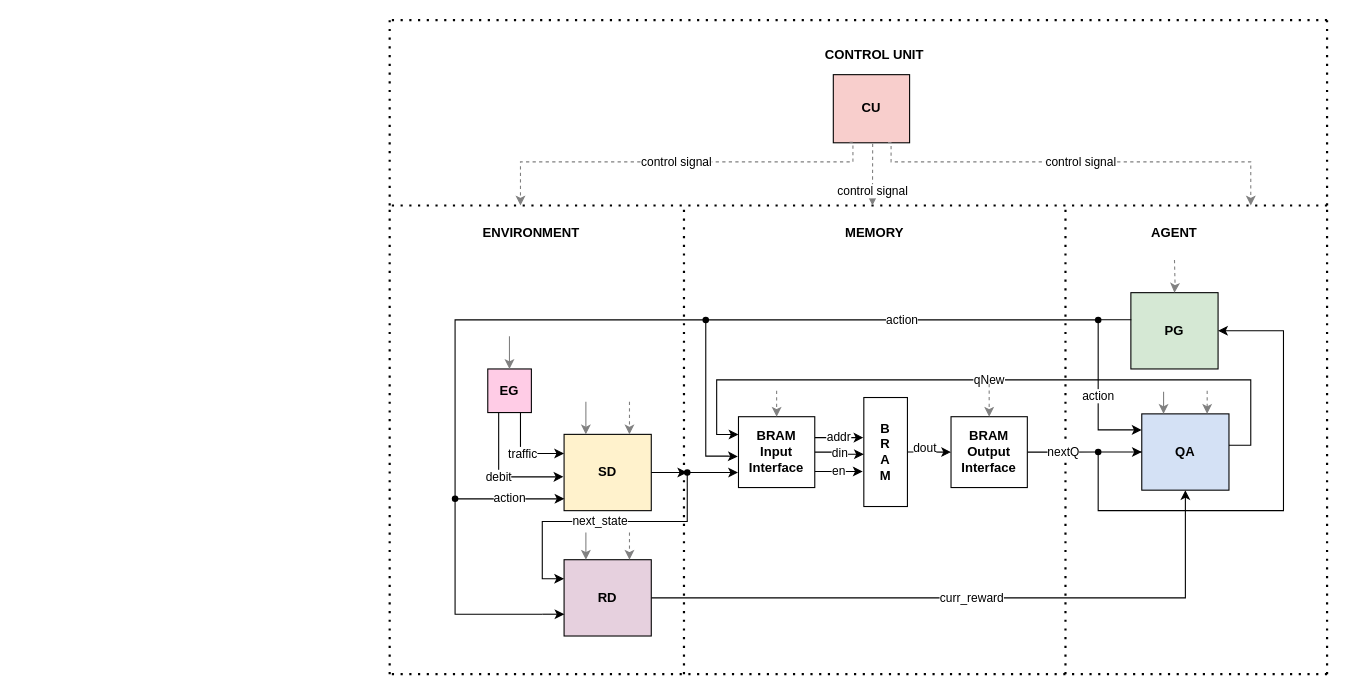
Before: page "Sytem" (2 of 4) of intelight.drawio in zulfikarna/intelight, a draw.io diagram. Source tidied: cells renumbered, new cells numbered last; positions are measured from the earlier drawing's top-left corner, leaving out a move shared by most shapes. Both pictures are drawn from the tidied source at 109%, with x=0, y=0 at pixel (389, 20).
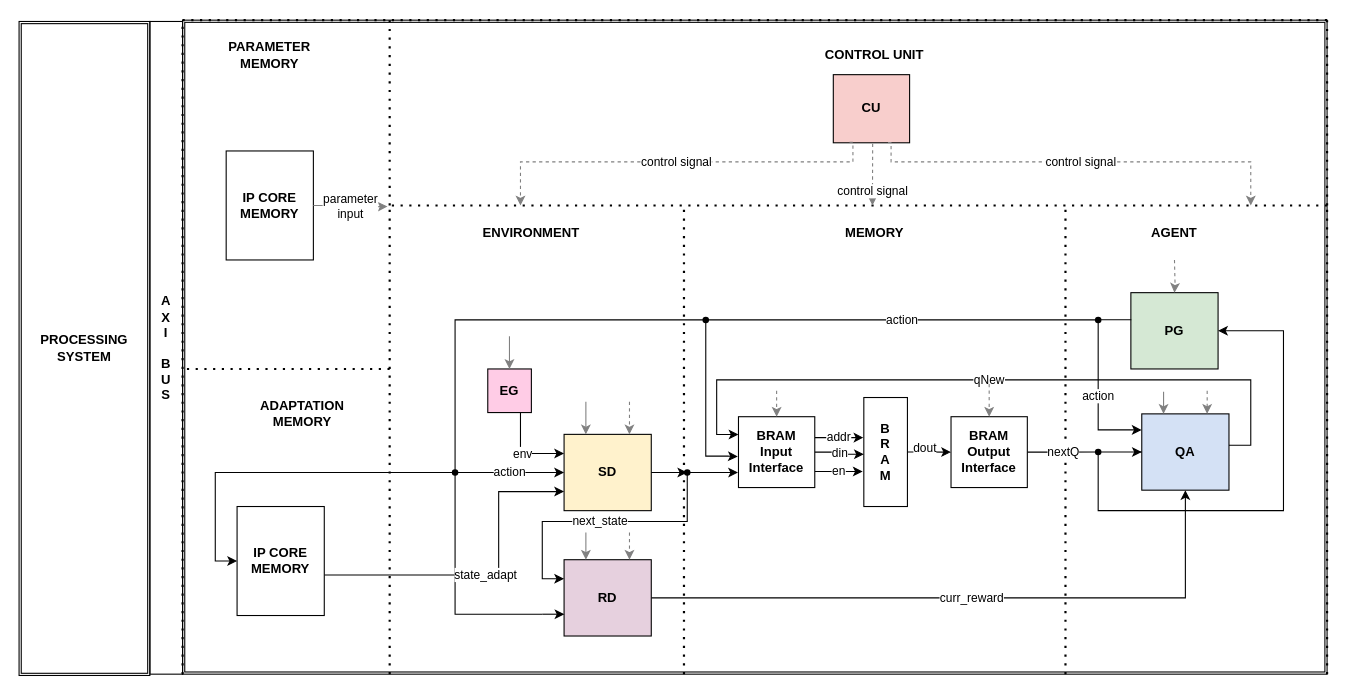
After the change.

Unchanged cells that the change refers to:
```xml
<mxCell id="6" value="&lt;b&gt;SD&lt;/b&gt;" style="rounded=0;whiteSpace=wrap;html=1;fillColor=#FFF2CC;" parent="1" vertex="1">
  <mxGeometry x="160" y="380" width="80" height="70" as="geometry" />
</mxCell>
<mxCell id="51" value="&lt;b&gt;EG&lt;/b&gt;" style="rounded=0;whiteSpace=wrap;html=1;fillColor=#FFCCE6;" parent="1" vertex="1">
  <mxGeometry x="90" y="320" width="40" height="40" as="geometry" />
</mxCell>
```

Diff of the diagram source:
```diff
@@
-    <mxCell id="14" value="action" style="edgeStyle=orthogonalEdgeStyle;rounded=0;jettySize=auto;html=1;entryX=0.004;entryY=0.845;entryDx=0;entryDy=0;entryPerimeter=0;" parent="1" edge="1" source="15" target="6">
+    <mxCell id="14" value="action" style="edgeStyle=orthogonalEdgeStyle;rounded=0;jettySize=auto;html=1;" parent="1" edge="1" source="15">
       <mxGeometry relative="1" as="geometry">
+        <mxPoint x="160" y="415" as="targetPoint" />
         <Array as="points">
-          <mxPoint x="160" y="439" />
+          <mxPoint x="160" y="415" />
         </Array>
       </mxGeometry>
     </mxCell>
+    <mxCell id="64" style="edgeStyle=orthogonalEdgeStyle;rounded=0;jettySize=auto;html=1;entryX=0;entryY=0.5;entryDx=0;entryDy=0;strokeColor=#000000;" parent="1" edge="1" source="15" target="69">
+      <mxGeometry relative="1" as="geometry" />
+    </mxCell>
     <mxCell id="15" style="shape=waypoint;sketch=0;fillStyle=solid;size=6;points=[];fillColor=none;perimeter=centerPerimeter;snapToPoint=1;" parent="1" vertex="1">
-      <mxGeometry x="40" y="419" width="40" height="40" as="geometry" />
+      <mxGeometry x="40" y="395" width="40" height="40" as="geometry" />
     </mxCell>
@@
-    <mxCell id="49" value="traffic" style="edgeStyle=orthogonalEdgeStyle;rounded=0;jettySize=auto;html=1;exitX=0.75;exitY=1;exitDx=0;exitDy=0;entryX=0;entryY=0.25;entryDx=0;entryDy=0;" parent="1" edge="1" source="51" target="6">
+    <mxCell id="49" value="env" style="edgeStyle=orthogonalEdgeStyle;rounded=0;jettySize=auto;html=1;exitX=0.75;exitY=1;exitDx=0;exitDy=0;entryX=0;entryY=0.25;entryDx=0;entryDy=0;" parent="1" edge="1" source="51" target="6">
       <mxGeometry relative="1" as="geometry" />
     </mxCell>
-    <mxCell id="50" value="debit" style="edgeStyle=orthogonalEdgeStyle;rounded=0;jettySize=auto;html=1;exitX=0.25;exitY=1;exitDx=0;exitDy=0;entryX=-0.008;entryY=0.557;entryDx=0;entryDy=0;entryPerimeter=0;" parent="1" edge="1" source="51" target="6">
-      <mxGeometry relative="1" as="geometry" />
-    </mxCell>
@@
-    <mxCell id="59" style="endArrow=none;dashed=1;html=1;dashPattern=1 3;strokeWidth=2;rounded=0;" parent="1" edge="1">
-      <mxGeometry relative="1" as="geometry">
-        <mxPoint x="860" y="600" as="sourcePoint" />
-        <mxPoint y="600" as="targetPoint" />
-      </mxGeometry>
-    </mxCell>
@@
     <mxCell id="61" style="endArrow=none;dashed=1;html=1;dashPattern=1 3;strokeWidth=2;rounded=0;" parent="1" edge="1">
       <mxGeometry relative="1" as="geometry">
         <mxPoint x="860" as="sourcePoint" />
-        <mxPoint as="targetPoint" />
+        <mxPoint x="-190" as="targetPoint" />
       </mxGeometry>
     </mxCell>
@@
+    <mxCell id="65" value="&lt;b&gt;PARAMETER MEMORY&lt;/b&gt;" style="text;html=1;strokeColor=none;fillColor=none;align=center;verticalAlign=middle;whiteSpace=wrap;rounded=0;" parent="1" vertex="1">
+      <mxGeometry x="-140" y="17" width="60" height="30" as="geometry" />
+    </mxCell>
+    <mxCell id="66" value="&lt;b&gt;ADAPTATION MEMORY&lt;/b&gt;" style="text;html=1;strokeColor=none;fillColor=none;align=center;verticalAlign=middle;whiteSpace=wrap;rounded=0;" parent="1" vertex="1">
+      <mxGeometry x="-110" y="346.2" width="60" height="30" as="geometry" />
+    </mxCell>
+    <mxCell id="67" value="&lt;b&gt;IP CORE MEMORY&lt;br&gt;&lt;/b&gt;" style="rounded=0;whiteSpace=wrap;html=1;fillColor=#FFFFFF;" parent="1" vertex="1">
+      <mxGeometry x="-150" y="120" width="80" height="100" as="geometry" />
+    </mxCell>
+    <mxCell id="68" value="state_adapt" style="edgeStyle=orthogonalEdgeStyle;rounded=0;jettySize=auto;html=1;entryX=0;entryY=0.75;entryDx=0;entryDy=0;strokeColor=#000000;" parent="1" edge="1" source="69" target="6">
+      <mxGeometry relative="1" as="geometry">
+        <Array as="points">
+          <mxPoint x="100" y="509" />
+          <mxPoint x="100" y="433" />
+        </Array>
+      </mxGeometry>
+    </mxCell>
+    <mxCell id="69" value="&lt;b&gt;IP CORE MEMORY&lt;br&gt;&lt;/b&gt;" style="rounded=0;whiteSpace=wrap;html=1;fillColor=#FFFFFF;" parent="1" vertex="1">
+      <mxGeometry x="-140" y="446.2" width="80" height="100" as="geometry" />
+    </mxCell>
+    <mxCell id="70" style="endArrow=none;dashed=1;html=1;dashPattern=1 3;strokeWidth=2;rounded=0;" parent="1" edge="1">
+      <mxGeometry relative="1" as="geometry">
+        <mxPoint y="320" as="sourcePoint" />
+        <mxPoint x="-190" y="320" as="targetPoint" />
+      </mxGeometry>
+    </mxCell>
+    <mxCell id="71" value="parameter &lt;br&gt;input" style="edgeStyle=orthogonalEdgeStyle;rounded=0;jettySize=auto;html=1;strokeColor=#808080;exitX=1;exitY=0.5;exitDx=0;exitDy=0;" parent="1" edge="1" source="67">
+      <mxGeometry relative="1" as="geometry">
+        <mxPoint x="-2" y="171" as="targetPoint" />
+      </mxGeometry>
+    </mxCell>
+    <mxCell id="72" style="endArrow=none;dashed=1;html=1;dashPattern=1 3;strokeWidth=2;rounded=0;" parent="1" edge="1">
+      <mxGeometry relative="1" as="geometry">
+        <mxPoint x="-190" y="600" as="sourcePoint" />
+        <mxPoint x="-190" as="targetPoint" />
+      </mxGeometry>
+    </mxCell>
+    <mxCell id="73" style="shape=ext;double=1;rounded=0;whiteSpace=wrap;html=1;fillColor=none;" parent="1" vertex="1">
+      <mxGeometry x="-190" width="1050" height="600" as="geometry" />
+    </mxCell>
+    <mxCell id="74" value="&lt;b&gt;PROCESSING SYSTEM&lt;/b&gt;" style="shape=ext;double=1;rounded=0;whiteSpace=wrap;html=1;fillColor=none;" parent="1" vertex="1">
+      <mxGeometry x="-340" y="1.2" width="120" height="600" as="geometry" />
+    </mxCell>
+    <mxCell id="75" value="&lt;b&gt;A&lt;br&gt;X&lt;br&gt;I&lt;br&gt;&amp;nbsp;&lt;br&gt;B&lt;br&gt;U&lt;br&gt;S&lt;/b&gt;" style="rounded=0;whiteSpace=wrap;html=1;fillColor=none;" parent="1" vertex="1">
+      <mxGeometry x="-220" y="1.2" width="30" height="598.8" as="geometry" />
+    </mxCell>
```
